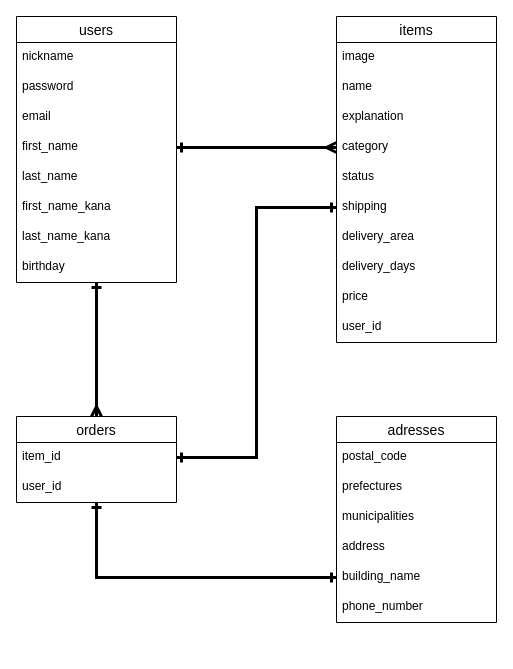
Before: DB.dio in o86-r-k-nndd/furima-31050, a draw.io diagram. Source tidied: cells renumbered, new cells numbered last; positions are measured from the earlier drawing's top-left corner, leaving out a move shared by most shapes. Both pictures are drawn from the tidied source at 100%, with x=0, y=0 at pixel (16, 16).
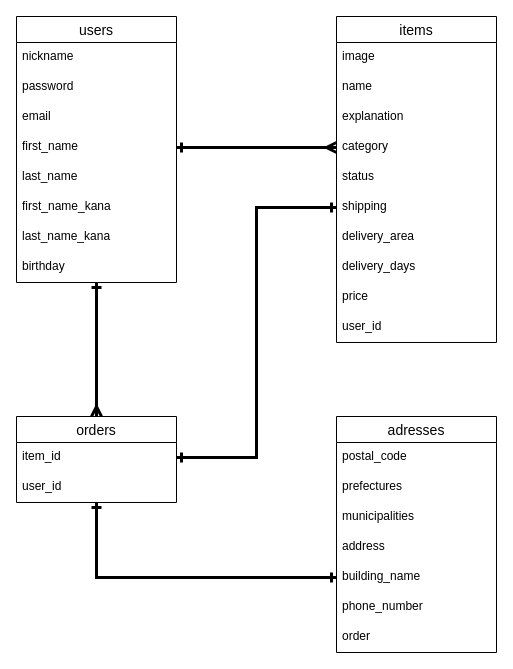
The same page after the edit.

Commit message (it also covers changes not shown here):
レビュー指摘点修正７

What changed in the source:
```diff
@@
     <mxCell id="26" value="adresses" style="swimlane;fontStyle=0;horizontal=1;startSize=26;align=center;fontSize=14;" parent="1" vertex="1">
-      <mxGeometry x="320" y="400" width="160" height="206" as="geometry" />
+      <mxGeometry x="320" y="400" width="160" height="236" as="geometry" />
     </mxCell>
@@
+    <mxCell id="36" value="order" style="text;strokeColor=none;fillColor=none;spacingLeft=4;spacingRight=4;overflow=hidden;fontSize=12;" parent="26" vertex="1">
+      <mxGeometry y="206" width="160" height="30" as="geometry" />
+    </mxCell>
```
